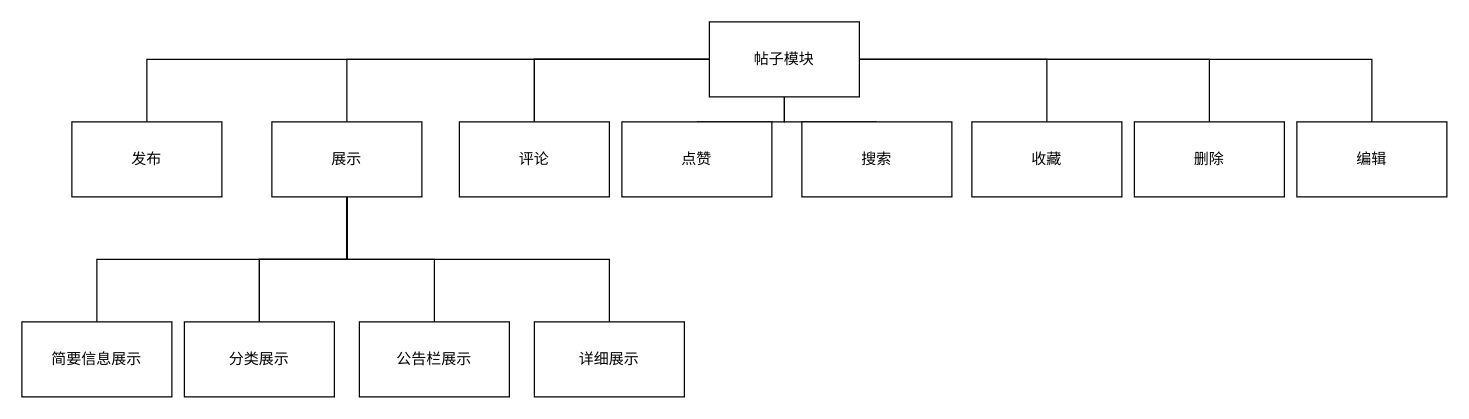
Zhou-Ru-Xuan/drawio-workplace keeps this draw.io diagram as page "帖子模块" (2 of 4) of tietie/功能模块图.drawio. Above is the earlier version. Source tidied: cells renumbered, new cells numbered last; positions are measured from the earlier drawing's top-left corner, leaving out a move shared by most shapes. Both pictures are drawn from the tidied source at 125%, with x=0, y=0 at pixel (21, 21).
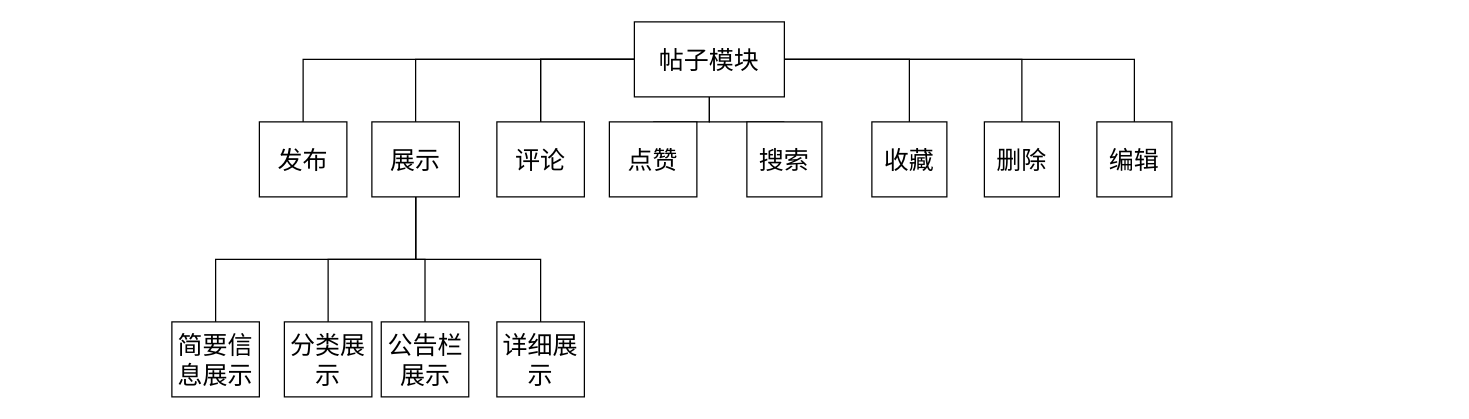
The same page after the edit.

The edit, as a diff of the source:
```diff
@@
-    <mxCell id="2" style="edgeStyle=orthogonalEdgeStyle;rounded=0;jettySize=auto;html=1;endArrow=none;endFill=0;" parent="1" edge="1" source="11" target="12">
+    <mxCell id="2" style="edgeStyle=orthogonalEdgeStyle;rounded=0;jettySize=auto;html=1;endArrow=none;endFill=0;fontFamily=宋体;fontSize=20;" parent="1" edge="1" source="11" target="12">
       <mxGeometry relative="1" as="geometry" />
     </mxCell>
-    <mxCell id="3" style="edgeStyle=orthogonalEdgeStyle;rounded=0;jettySize=auto;html=1;endArrow=none;endFill=0;" parent="1" edge="1" source="11" target="18">
+    <mxCell id="3" style="edgeStyle=orthogonalEdgeStyle;rounded=0;jettySize=auto;html=1;endArrow=none;endFill=0;fontFamily=宋体;fontSize=20;" parent="1" edge="1" source="11" target="18">
       <mxGeometry relative="1" as="geometry" />
     </mxCell>
-    <mxCell id="4" style="edgeStyle=orthogonalEdgeStyle;rounded=0;jettySize=auto;html=1;endArrow=none;endFill=0;" parent="1" edge="1" source="11" target="19">
+    <mxCell id="4" style="edgeStyle=orthogonalEdgeStyle;rounded=0;jettySize=auto;html=1;endArrow=none;endFill=0;fontFamily=宋体;fontSize=20;" parent="1" edge="1" source="11" target="19">
       <mxGeometry relative="1" as="geometry" />
     </mxCell>
-    <mxCell id="5" style="edgeStyle=orthogonalEdgeStyle;rounded=0;jettySize=auto;html=1;endArrow=none;endFill=0;" parent="1" edge="1" source="11" target="19">
+    <mxCell id="5" style="edgeStyle=orthogonalEdgeStyle;rounded=0;jettySize=auto;html=1;endArrow=none;endFill=0;fontFamily=宋体;fontSize=20;" parent="1" edge="1" source="11" target="19">
       <mxGeometry relative="1" as="geometry" />
     </mxCell>
-    <mxCell id="6" style="edgeStyle=orthogonalEdgeStyle;rounded=0;jettySize=auto;html=1;endArrow=none;endFill=0;" parent="1" edge="1" source="11" target="20">
+    <mxCell id="6" style="edgeStyle=orthogonalEdgeStyle;rounded=0;jettySize=auto;html=1;endArrow=none;endFill=0;fontFamily=宋体;fontSize=20;" parent="1" edge="1" source="11" target="20">
       <mxGeometry relative="1" as="geometry" />
     </mxCell>
-    <mxCell id="7" style="edgeStyle=orthogonalEdgeStyle;rounded=0;jettySize=auto;html=1;endArrow=none;endFill=0;" parent="1" edge="1" source="11" target="21">
+    <mxCell id="7" style="edgeStyle=orthogonalEdgeStyle;rounded=0;jettySize=auto;html=1;endArrow=none;endFill=0;fontFamily=宋体;fontSize=20;" parent="1" edge="1" source="11" target="21">
       <mxGeometry relative="1" as="geometry" />
     </mxCell>
-    <mxCell id="8" style="edgeStyle=orthogonalEdgeStyle;rounded=0;jettySize=auto;html=1;endArrow=none;endFill=0;" parent="1" edge="1" source="11" target="22">
+    <mxCell id="8" style="edgeStyle=orthogonalEdgeStyle;rounded=0;jettySize=auto;html=1;endArrow=none;endFill=0;fontFamily=宋体;fontSize=20;" parent="1" edge="1" source="11" target="22">
       <mxGeometry relative="1" as="geometry" />
     </mxCell>
-    <mxCell id="9" style="edgeStyle=orthogonalEdgeStyle;rounded=0;jettySize=auto;html=1;endArrow=none;endFill=0;" parent="1" edge="1" source="11" target="23">
+    <mxCell id="9" style="edgeStyle=orthogonalEdgeStyle;rounded=0;jettySize=auto;html=1;endArrow=none;endFill=0;fontFamily=宋体;fontSize=20;" parent="1" edge="1" source="11" target="23">
       <mxGeometry relative="1" as="geometry" />
     </mxCell>
-    <mxCell id="10" style="edgeStyle=orthogonalEdgeStyle;rounded=0;jettySize=auto;html=1;endArrow=none;endFill=0;" parent="1" edge="1" source="11" target="24">
+    <mxCell id="10" style="edgeStyle=orthogonalEdgeStyle;rounded=0;jettySize=auto;html=1;endArrow=none;endFill=0;fontFamily=宋体;fontSize=20;" parent="1" edge="1" source="11" target="24">
       <mxGeometry relative="1" as="geometry" />
     </mxCell>
-    <mxCell id="11" value="帖子模块" style="rounded=0;whiteSpace=wrap;html=1;" parent="1" vertex="1">
-      <mxGeometry x="550" width="120" height="60" as="geometry" />
+    <mxCell id="11" value="帖子模块" style="rounded=0;whiteSpace=wrap;html=1;fontFamily=宋体;fontSize=20;" parent="1" vertex="1">
+      <mxGeometry x="490" width="120" height="60" as="geometry" />
     </mxCell>
-    <mxCell id="12" value="发布" style="rounded=0;whiteSpace=wrap;html=1;" parent="1" vertex="1">
-      <mxGeometry x="40" y="80" width="120" height="60" as="geometry" />
+    <mxCell id="12" value="发布" style="rounded=0;whiteSpace=wrap;html=1;fontFamily=宋体;fontSize=20;" parent="1" vertex="1">
+      <mxGeometry x="190" y="80" width="70" height="60" as="geometry" />
     </mxCell>
-    <mxCell id="13" style="edgeStyle=orthogonalEdgeStyle;rounded=0;jettySize=auto;html=1;endArrow=none;endFill=0;exitX=0.5;exitY=1;exitDx=0;exitDy=0;" parent="1" edge="1" source="18" target="25">
+    <mxCell id="13" style="edgeStyle=orthogonalEdgeStyle;rounded=0;jettySize=auto;html=1;endArrow=none;endFill=0;exitX=0.5;exitY=1;exitDx=0;exitDy=0;fontFamily=宋体;fontSize=20;" parent="1" edge="1" source="18" target="25">
       <mxGeometry relative="1" as="geometry" />
     </mxCell>
-    <mxCell id="14" style="edgeStyle=orthogonalEdgeStyle;rounded=0;jettySize=auto;html=1;exitX=0.5;exitY=1;exitDx=0;exitDy=0;entryX=0.5;entryY=0;entryDx=0;entryDy=0;endArrow=none;endFill=0;" parent="1" edge="1" source="18" target="26">
+    <mxCell id="14" style="edgeStyle=orthogonalEdgeStyle;rounded=0;jettySize=auto;html=1;exitX=0.5;exitY=1;exitDx=0;exitDy=0;entryX=0.5;entryY=0;entryDx=0;entryDy=0;endArrow=none;endFill=0;fontFamily=宋体;fontSize=20;" parent="1" edge="1" source="18" target="26">
       <mxGeometry relative="1" as="geometry" />
     </mxCell>
-    <mxCell id="15" style="edgeStyle=orthogonalEdgeStyle;rounded=0;jettySize=auto;html=1;endArrow=none;endFill=0;" parent="1" edge="1" source="18" target="26">
-      <mxGeometry relative="1" as="geometry" />
-    </mxCell>
-    <mxCell id="16" style="edgeStyle=orthogonalEdgeStyle;rounded=0;jettySize=auto;html=1;exitX=0.5;exitY=1;exitDx=0;exitDy=0;entryX=0.5;entryY=0;entryDx=0;entryDy=0;endArrow=none;endFill=0;" parent="1" edge="1" source="18" target="27">
+    <mxCell id="16" style="edgeStyle=orthogonalEdgeStyle;rounded=0;jettySize=auto;html=1;exitX=0.5;exitY=1;exitDx=0;exitDy=0;entryX=0.5;entryY=0;entryDx=0;entryDy=0;endArrow=none;endFill=0;fontFamily=宋体;fontSize=20;" parent="1" edge="1" source="18" target="27">
       <mxGeometry relative="1" as="geometry" />
     </mxCell>
-    <mxCell id="17" style="edgeStyle=orthogonalEdgeStyle;rounded=0;jettySize=auto;html=1;exitX=0.5;exitY=1;exitDx=0;exitDy=0;entryX=0.5;entryY=0;entryDx=0;entryDy=0;endArrow=none;endFill=0;" parent="1" edge="1" source="18" target="28">
+    <mxCell id="17" style="edgeStyle=orthogonalEdgeStyle;rounded=0;jettySize=auto;html=1;exitX=0.5;exitY=1;exitDx=0;exitDy=0;entryX=0.5;entryY=0;entryDx=0;entryDy=0;endArrow=none;endFill=0;fontFamily=宋体;fontSize=20;" parent="1" edge="1" source="18" target="28">
       <mxGeometry relative="1" as="geometry" />
     </mxCell>
-    <mxCell id="18" value="展示" style="rounded=0;whiteSpace=wrap;html=1;" parent="1" vertex="1">
-      <mxGeometry x="200" y="80" width="120" height="60" as="geometry" />
+    <mxCell id="18" value="展示" style="rounded=0;whiteSpace=wrap;html=1;fontFamily=宋体;fontSize=20;" parent="1" vertex="1">
+      <mxGeometry x="280" y="80" width="70" height="60" as="geometry" />
     </mxCell>
-    <mxCell id="19" value="评论" style="rounded=0;whiteSpace=wrap;html=1;" parent="1" vertex="1">
-      <mxGeometry x="350" y="80" width="120" height="60" as="geometry" />
+    <mxCell id="19" value="评论" style="rounded=0;whiteSpace=wrap;html=1;fontFamily=宋体;fontSize=20;" parent="1" vertex="1">
+      <mxGeometry x="380" y="80" width="70" height="60" as="geometry" />
     </mxCell>
-    <mxCell id="20" value="点赞" style="rounded=0;whiteSpace=wrap;html=1;" parent="1" vertex="1">
-      <mxGeometry x="480" y="80" width="120" height="60" as="geometry" />
+    <mxCell id="20" value="点赞" style="rounded=0;whiteSpace=wrap;html=1;fontFamily=宋体;fontSize=20;" parent="1" vertex="1">
+      <mxGeometry x="470" y="80" width="70" height="60" as="geometry" />
     </mxCell>
-    <mxCell id="21" value="搜索" style="rounded=0;whiteSpace=wrap;html=1;" parent="1" vertex="1">
-      <mxGeometry x="624" y="80" width="120" height="60" as="geometry" />
+    <mxCell id="21" value="搜索" style="rounded=0;whiteSpace=wrap;html=1;fontFamily=宋体;fontSize=20;" parent="1" vertex="1">
+      <mxGeometry x="580" y="80" width="60" height="60" as="geometry" />
     </mxCell>
-    <mxCell id="22" value="收藏" style="rounded=0;whiteSpace=wrap;html=1;" parent="1" vertex="1">
-      <mxGeometry x="760" y="80" width="120" height="60" as="geometry" />
+    <mxCell id="22" value="收藏" style="rounded=0;whiteSpace=wrap;html=1;fontFamily=宋体;fontSize=20;" parent="1" vertex="1">
+      <mxGeometry x="680" y="80" width="60" height="60" as="geometry" />
     </mxCell>
-    <mxCell id="23" value="删除" style="rounded=0;whiteSpace=wrap;html=1;" parent="1" vertex="1">
-      <mxGeometry x="890" y="80" width="120" height="60" as="geometry" />
+    <mxCell id="23" value="删除" style="rounded=0;whiteSpace=wrap;html=1;fontFamily=宋体;fontSize=20;" parent="1" vertex="1">
+      <mxGeometry x="770" y="80" width="60" height="60" as="geometry" />
     </mxCell>
-    <mxCell id="24" value="编辑" style="rounded=0;whiteSpace=wrap;html=1;" parent="1" vertex="1">
-      <mxGeometry x="1020" y="80" width="120" height="60" as="geometry" />
+    <mxCell id="24" value="编辑" style="rounded=0;whiteSpace=wrap;html=1;fontFamily=宋体;fontSize=20;" parent="1" vertex="1">
+      <mxGeometry x="860" y="80" width="60" height="60" as="geometry" />
     </mxCell>
-    <mxCell id="25" value="简要信息展示" style="rounded=0;whiteSpace=wrap;html=1;" parent="1" vertex="1">
-      <mxGeometry y="240" width="120" height="60" as="geometry" />
+    <mxCell id="25" value="简要信息展示" style="rounded=0;whiteSpace=wrap;html=1;fontFamily=宋体;fontSize=20;" parent="1" vertex="1">
+      <mxGeometry x="120" y="240" width="70" height="60" as="geometry" />
     </mxCell>
-    <mxCell id="26" value="分类展示" style="rounded=0;whiteSpace=wrap;html=1;" parent="1" vertex="1">
-      <mxGeometry x="130" y="240" width="120" height="60" as="geometry" />
+    <mxCell id="26" value="分类展示" style="rounded=0;whiteSpace=wrap;html=1;fontFamily=宋体;fontSize=20;" parent="1" vertex="1">
+      <mxGeometry x="210" y="240" width="70" height="60" as="geometry" />
     </mxCell>
-    <mxCell id="27" value="公告栏展示" style="rounded=0;whiteSpace=wrap;html=1;" parent="1" vertex="1">
-      <mxGeometry x="270" y="240" width="120" height="60" as="geometry" />
+    <mxCell id="27" value="公告栏展示" style="rounded=0;whiteSpace=wrap;html=1;fontFamily=宋体;fontSize=20;" parent="1" vertex="1">
+      <mxGeometry x="287.5" y="240" width="70" height="60" as="geometry" />
     </mxCell>
-    <mxCell id="28" value="详细展示" style="rounded=0;whiteSpace=wrap;html=1;" parent="1" vertex="1">
-      <mxGeometry x="410" y="240" width="120" height="60" as="geometry" />
+    <mxCell id="28" value="详细展示" style="rounded=0;whiteSpace=wrap;html=1;fontFamily=宋体;fontSize=20;" parent="1" vertex="1">
+      <mxGeometry x="380" y="240" width="70" height="60" as="geometry" />
     </mxCell>
```
